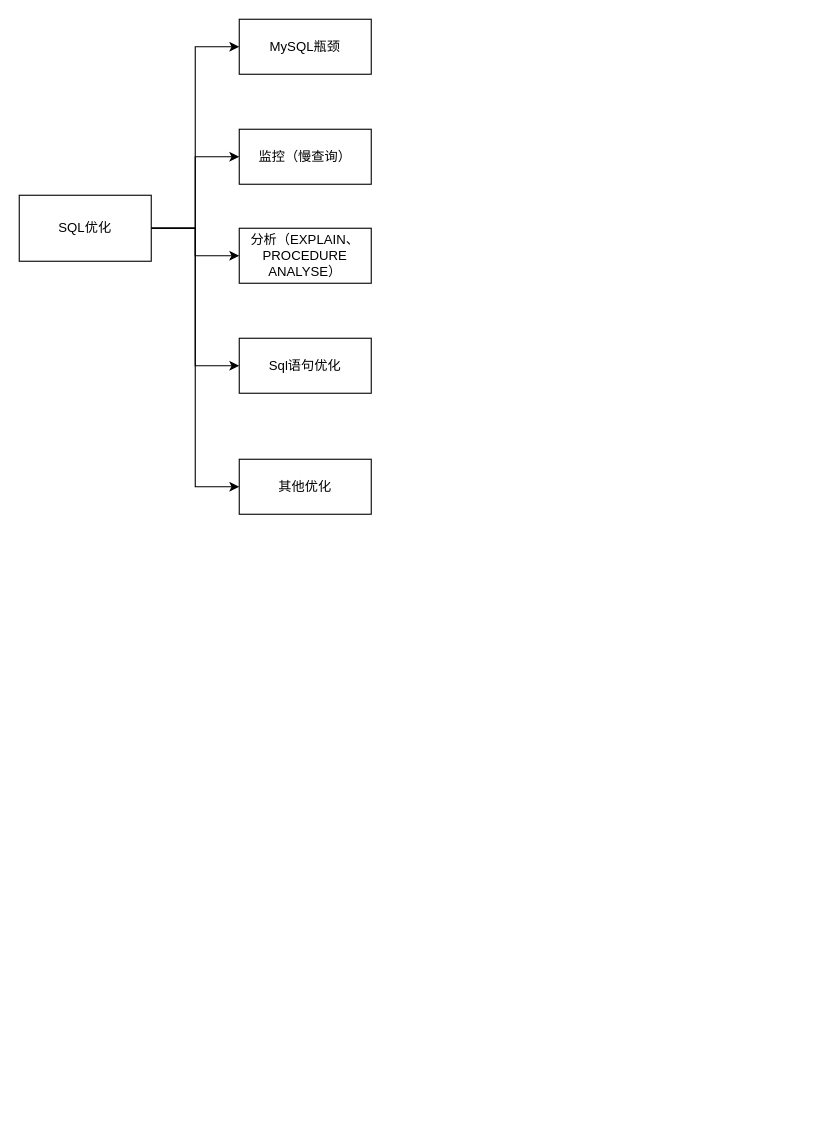
Above: images/draw/SQLOptimize.drawio in wt1814/wt1814.github.io (draw.io), before the change. Source tidied: cells renumbered, new cells numbered last; positions are measured from the earlier drawing's top-left corner, leaving out a move shared by most shapes. Both pictures are drawn from the tidied source at 110%, with x=0, y=0 at pixel (19, 19).
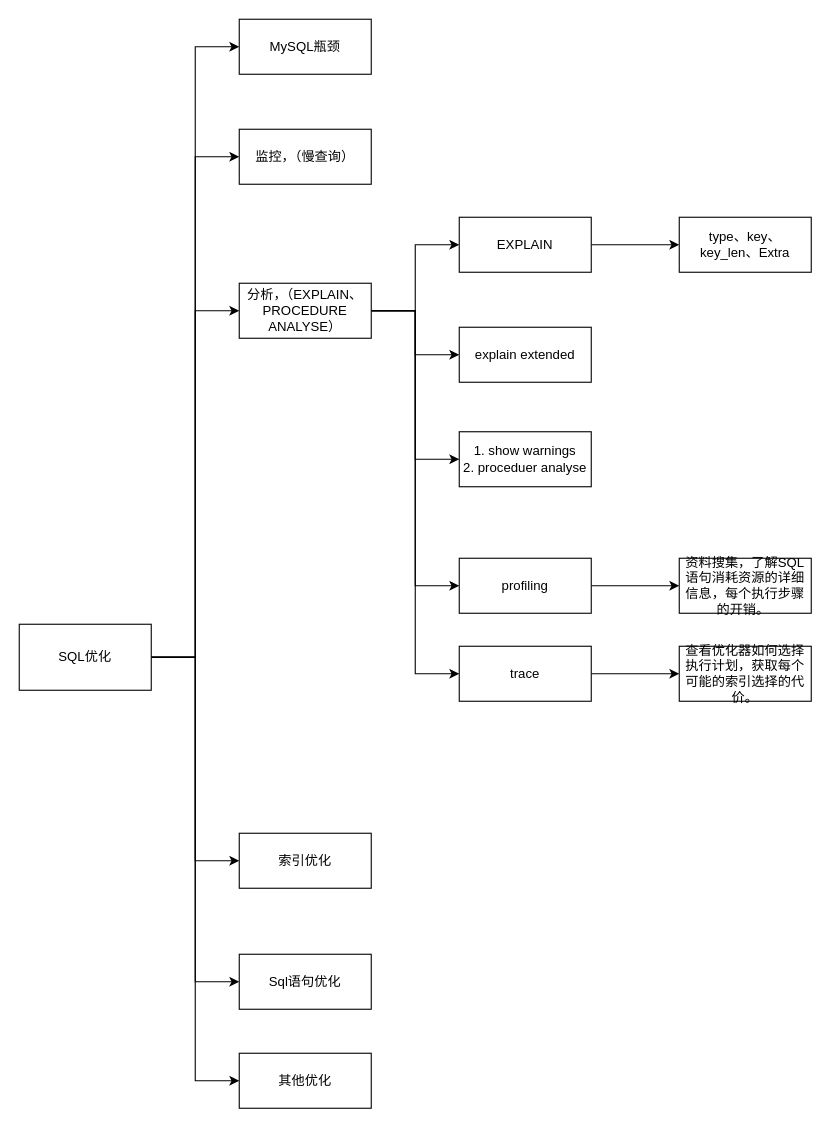
The same diagram, later.

Change to the diagram source:
```diff
@@
-    <mxCell id="4" style="edgeStyle=orthogonalEdgeStyle;rounded=0;jettySize=auto;html=1;" parent="1" edge="1" source="7" target="10">
+    <mxCell id="4" style="edgeStyle=orthogonalEdgeStyle;rounded=0;jettySize=auto;html=1;entryX=0;entryY=0.5;entryDx=0;entryDy=0;" parent="1" edge="1" source="7" target="10">
       <mxGeometry relative="1" as="geometry" />
     </mxCell>
@@
+    <mxCell id="13" style="edgeStyle=orthogonalEdgeStyle;rounded=0;jettySize=auto;html=1;entryX=0;entryY=0.5;entryDx=0;entryDy=0;" parent="1" edge="1" source="7" target="30">
+      <mxGeometry relative="1" as="geometry" />
+    </mxCell>
     <mxCell id="7" value="SQL优化" style="rounded=0;whiteSpace=wrap;html=1;" parent="1" vertex="1">
-      <mxGeometry y="160" width="120" height="60" as="geometry" />
+      <mxGeometry y="550" width="120" height="60" as="geometry" />
     </mxCell>
@@
-    <mxCell id="9" value="监控（慢查询）" style="rounded=0;whiteSpace=wrap;html=1;" parent="1" vertex="1">
+    <mxCell id="9" value="监控，（慢查询）" style="rounded=0;whiteSpace=wrap;html=1;" parent="1" vertex="1">
       <mxGeometry x="200" y="100" width="120" height="50" as="geometry" />
     </mxCell>
+    <mxCell id="14" style="edgeStyle=orthogonalEdgeStyle;rounded=0;jettySize=auto;html=1;entryX=0;entryY=0.5;entryDx=0;entryDy=0;" parent="1" edge="1" source="10" target="20">
+      <mxGeometry relative="1" as="geometry" />
+    </mxCell>
+    <mxCell id="15" style="edgeStyle=orthogonalEdgeStyle;rounded=0;jettySize=auto;html=1;entryX=0;entryY=0.5;entryDx=0;entryDy=0;" parent="1" edge="1" source="10" target="22">
+      <mxGeometry relative="1" as="geometry" />
+    </mxCell>
+    <mxCell id="16" style="edgeStyle=orthogonalEdgeStyle;rounded=0;jettySize=auto;html=1;entryX=0;entryY=0.5;entryDx=0;entryDy=0;" parent="1" edge="1" source="10" target="21">
+      <mxGeometry relative="1" as="geometry" />
+    </mxCell>
+    <mxCell id="17" style="edgeStyle=orthogonalEdgeStyle;rounded=0;jettySize=auto;html=1;entryX=0;entryY=0.5;entryDx=0;entryDy=0;" parent="1" edge="1" source="10" target="26">
+      <mxGeometry relative="1" as="geometry" />
+    </mxCell>
+    <mxCell id="18" style="edgeStyle=orthogonalEdgeStyle;rounded=0;jettySize=auto;html=1;entryX=0;entryY=0.5;entryDx=0;entryDy=0;" parent="1" edge="1" source="10" target="24">
+      <mxGeometry relative="1" as="geometry" />
+    </mxCell>
-    <mxCell id="10" value="分析（EXPLAIN、PROCEDURE ANALYSE）" style="rounded=0;whiteSpace=wrap;html=1;" parent="1" vertex="1">
-      <mxGeometry x="200" y="190" width="120" height="50" as="geometry" />
+    <mxCell id="10" value="分析，（EXPLAIN、PROCEDURE ANALYSE）" style="rounded=0;whiteSpace=wrap;html=1;" parent="1" vertex="1">
+      <mxGeometry x="200" y="240" width="120" height="50" as="geometry" />
     </mxCell>
     <mxCell id="11" value="Sql语句优化" style="rounded=0;whiteSpace=wrap;html=1;" parent="1" vertex="1">
-      <mxGeometry x="200" y="290" width="120" height="50" as="geometry" />
+      <mxGeometry x="200" y="850" width="120" height="50" as="geometry" />
     </mxCell>
     <mxCell id="12" value="其他优化" style="rounded=0;whiteSpace=wrap;html=1;" parent="1" vertex="1">
-      <mxGeometry x="200" y="400" width="120" height="50" as="geometry" />
+      <mxGeometry x="200" y="940" width="120" height="50" as="geometry" />
     </mxCell>
+    <mxCell id="19" style="edgeStyle=orthogonalEdgeStyle;rounded=0;jettySize=auto;html=1;" parent="1" edge="1" source="20" target="29">
+      <mxGeometry relative="1" as="geometry" />
+    </mxCell>
+    <mxCell id="20" value="EXPLAIN" style="rounded=0;whiteSpace=wrap;html=1;" parent="1" vertex="1">
+      <mxGeometry x="400" y="180" width="120" height="50" as="geometry" />
+    </mxCell>
+    <mxCell id="21" value="&lt;div&gt;1. show warnings&lt;/div&gt;&lt;div&gt;2. proceduer analyse&lt;/div&gt;" style="rounded=0;whiteSpace=wrap;html=1;" parent="1" vertex="1">
+      <mxGeometry x="400" y="375" width="120" height="50" as="geometry" />
+    </mxCell>
+    <mxCell id="22" value="explain extended" style="rounded=0;whiteSpace=wrap;html=1;" parent="1" vertex="1">
+      <mxGeometry x="400" y="280" width="120" height="50" as="geometry" />
+    </mxCell>
+    <mxCell id="23" style="edgeStyle=orthogonalEdgeStyle;rounded=0;jettySize=auto;html=1;" parent="1" edge="1" source="24" target="28">
+      <mxGeometry relative="1" as="geometry" />
+    </mxCell>
+    <mxCell id="24" value="trace" style="rounded=0;whiteSpace=wrap;html=1;" parent="1" vertex="1">
+      <mxGeometry x="400" y="570" width="120" height="50" as="geometry" />
+    </mxCell>
+    <mxCell id="25" style="edgeStyle=orthogonalEdgeStyle;rounded=0;jettySize=auto;html=1;" parent="1" edge="1" source="26" target="27">
+      <mxGeometry relative="1" as="geometry" />
+    </mxCell>
+    <mxCell id="26" value="profiling" style="rounded=0;whiteSpace=wrap;html=1;" parent="1" vertex="1">
+      <mxGeometry x="400" y="490" width="120" height="50" as="geometry" />
+    </mxCell>
+    <mxCell id="27" value="资料搜集，了解SQL语句消耗资源的详细信息，每个执行步骤的开销。&amp;nbsp;" style="rounded=0;whiteSpace=wrap;html=1;" parent="1" vertex="1">
+      <mxGeometry x="600" y="490" width="120" height="50" as="geometry" />
+    </mxCell>
+    <mxCell id="28" value="查看优化器如何选择执行计划，获取每个可能的索引选择的代价。" style="rounded=0;whiteSpace=wrap;html=1;" parent="1" vertex="1">
+      <mxGeometry x="600" y="570" width="120" height="50" as="geometry" />
+    </mxCell>
+    <mxCell id="29" value="type、key、key_len、Extra" style="rounded=0;whiteSpace=wrap;html=1;" parent="1" vertex="1">
+      <mxGeometry x="600" y="180" width="120" height="50" as="geometry" />
+    </mxCell>
+    <mxCell id="30" value="索引优化" style="rounded=0;whiteSpace=wrap;html=1;" parent="1" vertex="1">
+      <mxGeometry x="200" y="740" width="120" height="50" as="geometry" />
+    </mxCell>
```
